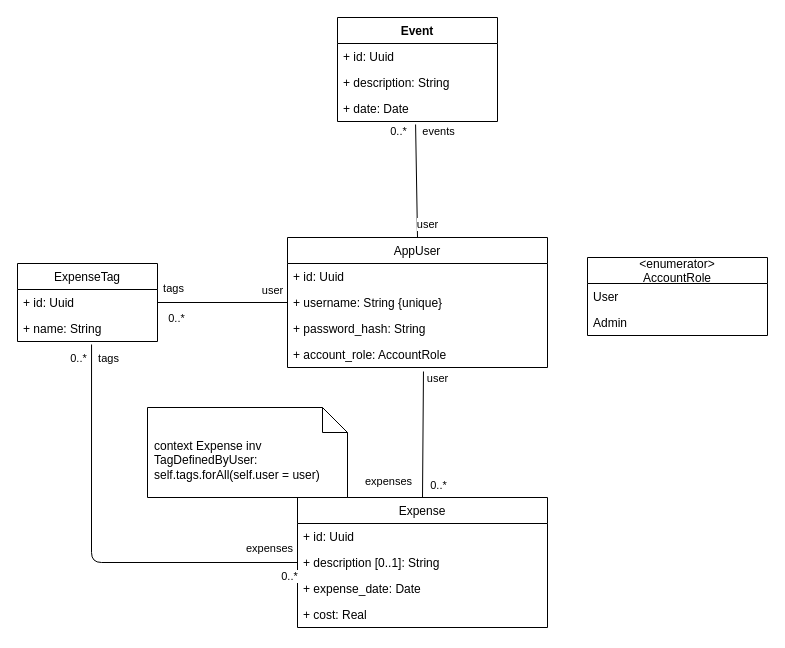
Earlier version of the draw.io diagram documentation/backend.drawio (Pralkopodobny/snail-soup). Source tidied: cells renumbered, new cells numbered last; positions are measured from the earlier drawing's top-left corner, leaving out a move shared by most shapes. Both pictures are drawn from the tidied source at 100%, with x=0, y=0 at pixel (17, 17).
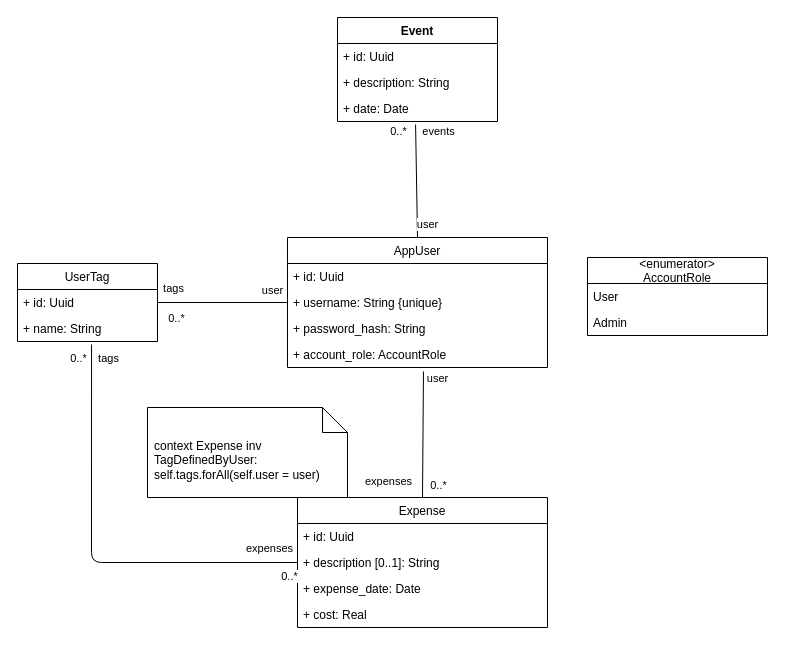
Above is the later version.

Commit message:
update class diagram

Change to the diagram source:
```diff
@@
-    <mxCell id="19" value="ExpenseTag" style="swimlane;fontStyle=0;horizontal=1;startSize=26;fillColor=none;" parent="1" vertex="1">
+    <mxCell id="19" value="UserTag" style="swimlane;fontStyle=0;horizontal=1;startSize=26;fillColor=none;" parent="1" vertex="1">
       <mxGeometry y="246" width="140" height="78" as="geometry" />
     </mxCell>
```
